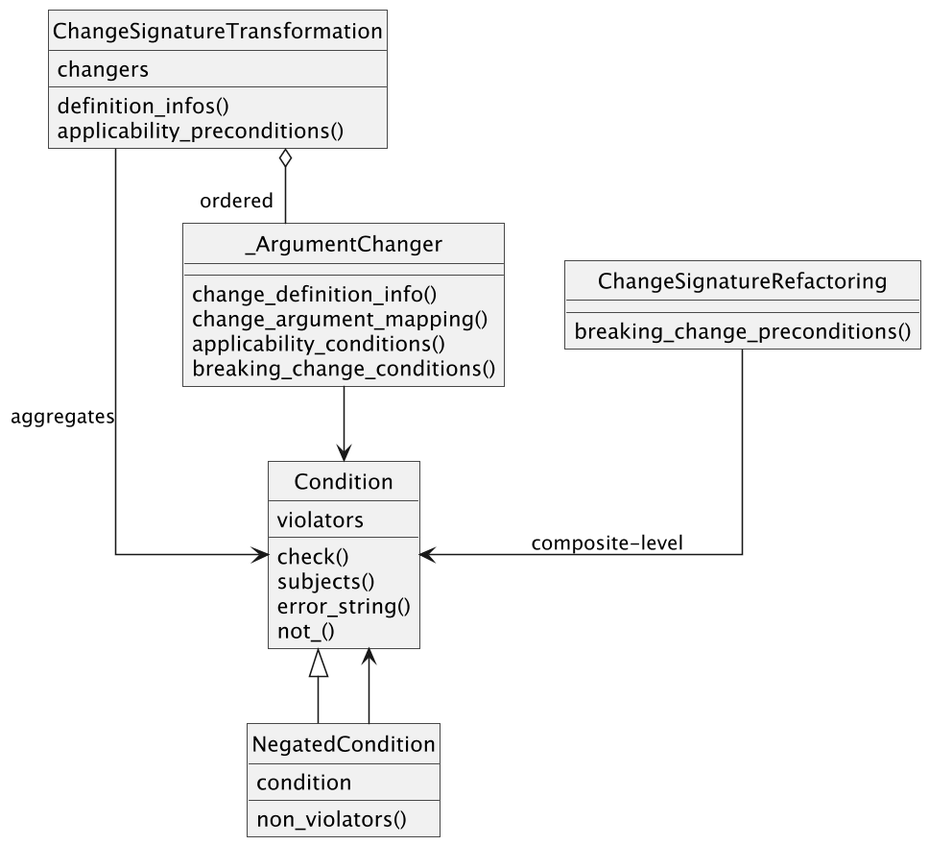
This is docs/figures/rope-conditions.png from balsa-sarenac/rope, a PlantUML export, as it was before one commit.
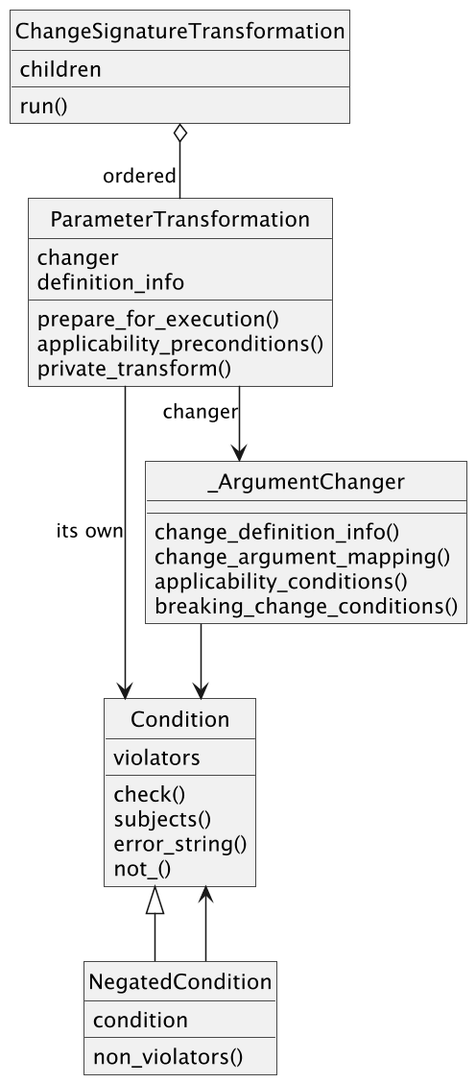
The same diagram one commit later.

Commit message:
feat: execute composite children against a pending-changes view

The edit, as a diff of the source:
```diff
@@ -32,23 +32,25 @@
     breaking_change_conditions()
 }
 
-class ChangeSignatureTransformation {
-    changers
-    definition_infos()
+class ParameterTransformation {
+    changer
+    definition_info
+    prepare_for_execution()
     applicability_preconditions()
+    private_transform()
 }
 
-class ChangeSignatureRefactoring {
-    breaking_change_preconditions()
+class ChangeSignatureTransformation {
+    children
+    run()
 }
 
 Condition <|-- NegatedCondition
 NegatedCondition --> Condition
 
 _ArgumentChanger --> Condition
-
-ChangeSignatureTransformation o-- "ordered" _ArgumentChanger
-ChangeSignatureTransformation --> Condition : aggregates
-ChangeSignatureRefactoring --> Condition : composite-level
+ParameterTransformation --> _ArgumentChanger : changer
+ParameterTransformation --> Condition : its own
+ChangeSignatureTransformation o-- "ordered" ParameterTransformation
 
 @enduml
```
